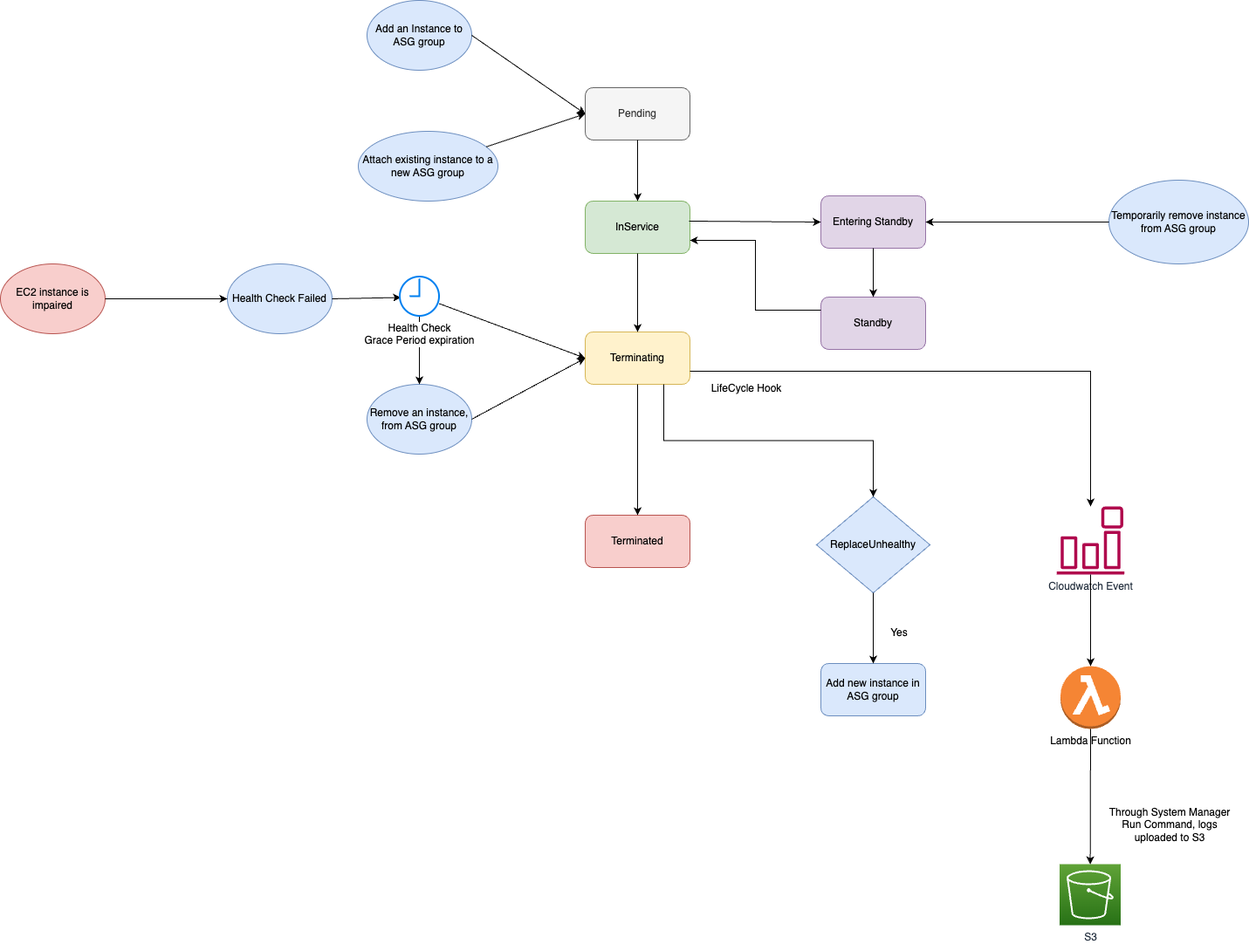
Earlier version of the draw.io export src/2_AWSComponents/3_ComputeServices/AmazonEC2/AutoScalingGroup/assets/ASG-Instance-LifeCycle.png (Anshul619/HLD-System-Designs). Source tidied: cells renumbered, new cells last; positions are measured from the earlier drawing's top-left corner, leaving out a move shared by most shapes. The source it was exported from:
```xml
<mxGraphModel>
  <root>
    <mxCell id="0" />
    <mxCell id="1" parent="0" />
    <mxCell id="2" value="Pending" style="rounded=1;whiteSpace=wrap;html=1;fillColor=#f5f5f5;strokeColor=#666666;fontColor=#333333;" parent="1" vertex="1">
      <mxGeometry x="670" y="100" width="120" height="60" as="geometry" />
    </mxCell>
    <mxCell id="3" value="InService" style="rounded=1;whiteSpace=wrap;html=1;fillColor=#d5e8d4;strokeColor=#82b366;" parent="1" vertex="1">
      <mxGeometry x="670" y="230" width="120" height="60" as="geometry" />
    </mxCell>
    <mxCell id="4" style="endArrow=classic;html=1;rounded=0;" parent="1" edge="1" source="2" target="3">
      <mxGeometry relative="1" as="geometry" />
    </mxCell>
    <mxCell id="5" value="Add an Instance to ASG group" style="ellipse;whiteSpace=wrap;html=1;fillColor=#dae8fc;strokeColor=#6c8ebf;" parent="1" vertex="1">
      <mxGeometry x="420" width="120" height="80" as="geometry" />
    </mxCell>
    <mxCell id="6" value="Attach existing instance to a new ASG group" style="ellipse;whiteSpace=wrap;html=1;fillColor=#dae8fc;strokeColor=#6c8ebf;" parent="1" vertex="1">
      <mxGeometry x="410" y="150" width="160" height="80" as="geometry" />
    </mxCell>
    <mxCell id="7" style="endArrow=classic;html=1;rounded=0;exitX=1;exitY=0.5;exitDx=0;exitDy=0;entryX=0;entryY=0.5;entryDx=0;entryDy=0;" parent="1" edge="1" source="5" target="2">
      <mxGeometry relative="1" as="geometry" />
    </mxCell>
    <mxCell id="8" style="endArrow=classic;html=1;rounded=0;entryX=0;entryY=0.5;entryDx=0;entryDy=0;" parent="1" edge="1" source="6" target="2">
      <mxGeometry relative="1" as="geometry" />
    </mxCell>
    <mxCell id="9" value="Health Check Failed" style="ellipse;whiteSpace=wrap;html=1;fillColor=#dae8fc;strokeColor=#6c8ebf;" parent="1" vertex="1">
      <mxGeometry x="260" y="302" width="120" height="80" as="geometry" />
    </mxCell>
    <mxCell id="10" value="Remove an instance, from ASG group" style="ellipse;whiteSpace=wrap;html=1;fillColor=#dae8fc;strokeColor=#6c8ebf;" parent="1" vertex="1">
      <mxGeometry x="420" y="440" width="120" height="80" as="geometry" />
    </mxCell>
    <mxCell id="11" value="Terminating" style="rounded=1;whiteSpace=wrap;html=1;fillColor=#fff2cc;strokeColor=#d6b656;" parent="1" vertex="1">
      <mxGeometry x="670" y="380" width="120" height="60" as="geometry" />
    </mxCell>
    <mxCell id="12" style="endArrow=classic;html=1;rounded=0;entryX=0;entryY=0.5;entryDx=0;entryDy=0;" parent="1" edge="1" source="26" target="11">
      <mxGeometry relative="1" as="geometry" />
    </mxCell>
    <mxCell id="13" style="endArrow=classic;html=1;rounded=0;exitX=1;exitY=0.5;exitDx=0;exitDy=0;entryX=0;entryY=0.5;entryDx=0;entryDy=0;" parent="1" edge="1" source="10" target="11">
      <mxGeometry relative="1" as="geometry" />
    </mxCell>
    <mxCell id="14" style="endArrow=classic;html=1;rounded=0;exitX=0.5;exitY=1;exitDx=0;exitDy=0;" parent="1" edge="1" source="3" target="11">
      <mxGeometry relative="1" as="geometry" />
    </mxCell>
    <mxCell id="15" value="Terminated" style="rounded=1;whiteSpace=wrap;html=1;fillColor=#f8cecc;strokeColor=#b85450;" parent="1" vertex="1">
      <mxGeometry x="670" y="590" width="120" height="60" as="geometry" />
    </mxCell>
    <mxCell id="16" style="endArrow=classic;html=1;rounded=0;exitX=0.5;exitY=1;exitDx=0;exitDy=0;entryX=0.5;entryY=0;entryDx=0;entryDy=0;" parent="1" edge="1" source="11" target="15">
      <mxGeometry relative="1" as="geometry" />
    </mxCell>
    <mxCell id="17" value="Entering Standby" style="rounded=1;whiteSpace=wrap;html=1;fillColor=#e1d5e7;strokeColor=#9673a6;" parent="1" vertex="1">
      <mxGeometry x="940" y="224" width="120" height="60" as="geometry" />
    </mxCell>
    <mxCell id="18" style="endArrow=classic;html=1;rounded=0;exitX=0.992;exitY=0.383;exitDx=0;exitDy=0;exitPerimeter=0;entryX=0;entryY=0.5;entryDx=0;entryDy=0;" parent="1" edge="1" source="3" target="17">
      <mxGeometry relative="1" as="geometry" />
    </mxCell>
    <mxCell id="19" value="Standby" style="rounded=1;whiteSpace=wrap;html=1;fillColor=#e1d5e7;strokeColor=#9673a6;" parent="1" vertex="1">
      <mxGeometry x="940" y="340" width="120" height="60" as="geometry" />
    </mxCell>
    <mxCell id="20" style="endArrow=classic;html=1;rounded=0;exitX=0;exitY=0.25;exitDx=0;exitDy=0;entryX=1;entryY=0.75;entryDx=0;entryDy=0;edgeStyle=orthogonalEdgeStyle;" parent="1" edge="1" source="19" target="3">
      <mxGeometry relative="1" as="geometry" />
    </mxCell>
    <mxCell id="21" style="endArrow=classic;html=1;rounded=0;exitX=0.5;exitY=1;exitDx=0;exitDy=0;" parent="1" edge="1" source="17" target="19">
      <mxGeometry relative="1" as="geometry" />
    </mxCell>
    <mxCell id="22" value="Temporarily remove instance from ASG group" style="ellipse;whiteSpace=wrap;html=1;fillColor=#dae8fc;strokeColor=#6c8ebf;" parent="1" vertex="1">
      <mxGeometry x="1270" y="206" width="160" height="96" as="geometry" />
    </mxCell>
    <mxCell id="23" style="endArrow=classic;html=1;rounded=0;exitX=0;exitY=0.5;exitDx=0;exitDy=0;" parent="1" edge="1" source="22" target="17">
      <mxGeometry relative="1" as="geometry" />
    </mxCell>
    <mxCell id="24" style="endArrow=classic;html=1;rounded=0;exitX=1;exitY=0.5;exitDx=0;exitDy=0;entryX=0.033;entryY=0.533;entryDx=0;entryDy=0;entryPerimeter=0;" parent="1" edge="1" source="9" target="26">
      <mxGeometry relative="1" as="geometry" />
    </mxCell>
    <mxCell id="25" style="edgeStyle=orthogonalEdgeStyle;rounded=0;jettySize=auto;html=1;" parent="1" edge="1" source="26" target="10">
      <mxGeometry relative="1" as="geometry" />
    </mxCell>
    <mxCell id="26" value="Health Check &lt;br&gt;Grace Period expiration" style="html=1;verticalLabelPosition=bottom;align=center;labelBackgroundColor=#ffffff;verticalAlign=top;strokeWidth=2;strokeColor=#0080F0;shadow=0;dashed=0;shape=mxgraph.ios7.icons.clock;" parent="1" vertex="1">
      <mxGeometry x="457.5" y="316.5" width="45" height="45" as="geometry" />
    </mxCell>
    <mxCell id="27" value="ReplaceUnhealthy" style="rhombus;whiteSpace=wrap;html=1;fillColor=#dae8fc;strokeColor=#6c8ebf;" parent="1" vertex="1">
      <mxGeometry x="935" y="569" width="130" height="110" as="geometry" />
    </mxCell>
    <mxCell id="28" style="endArrow=classic;html=1;rounded=0;exitX=0.75;exitY=1;exitDx=0;exitDy=0;entryX=0.5;entryY=0;entryDx=0;entryDy=0;edgeStyle=orthogonalEdgeStyle;" parent="1" edge="1" source="11" target="27">
      <mxGeometry relative="1" as="geometry" />
    </mxCell>
    <mxCell id="29" style="endArrow=classic;html=1;rounded=0;exitX=0.5;exitY=1;exitDx=0;exitDy=0;startArrow=none;" parent="1" edge="1" source="30">
      <mxGeometry relative="1" as="geometry">
        <mxPoint x="990" y="780" as="targetPoint" />
      </mxGeometry>
    </mxCell>
    <mxCell id="30" value="Add new instance in ASG group" style="rounded=1;whiteSpace=wrap;html=1;fillColor=#dae8fc;strokeColor=#6c8ebf;" parent="1" vertex="1">
      <mxGeometry x="940" y="760" width="120" height="60" as="geometry" />
    </mxCell>
    <mxCell id="31" value="Yes" style="text;html=1;strokeColor=none;fillColor=none;align=center;verticalAlign=middle;whiteSpace=wrap;rounded=0;" parent="1" vertex="1">
      <mxGeometry x="1000" y="710" width="60" height="30" as="geometry" />
    </mxCell>
    <mxCell id="32" style="endArrow=classic;html=1;rounded=0;exitX=0.5;exitY=1;exitDx=0;exitDy=0;entryX=0.5;entryY=0;entryDx=0;entryDy=0;" parent="1" edge="1" source="27" target="30">
      <mxGeometry relative="1" as="geometry" />
    </mxCell>
    <mxCell id="33" value="EC2 instance is impaired" style="ellipse;whiteSpace=wrap;html=1;fillColor=#f8cecc;strokeColor=#b85450;" parent="1" vertex="1">
      <mxGeometry y="302" width="120" height="80" as="geometry" />
    </mxCell>
    <mxCell id="34" style="endArrow=classic;html=1;rounded=0;entryX=0;entryY=0.5;entryDx=0;entryDy=0;" parent="1" edge="1" source="33" target="9">
      <mxGeometry relative="1" as="geometry" />
    </mxCell>
    <mxCell id="35" value="Cloudwatch Event" style="sketch=0;outlineConnect=0;fontColor=#232F3E;gradientColor=none;fillColor=#B0084D;strokeColor=none;dashed=0;verticalLabelPosition=bottom;verticalAlign=top;align=center;html=1;fontSize=12;fontStyle=0;shape=mxgraph.aws4.event_event_based;" parent="1" vertex="1">
      <mxGeometry x="1210" y="580" width="78" height="78" as="geometry" />
    </mxCell>
    <mxCell id="36" value="Lambda Function" style="outlineConnect=0;dashed=0;verticalLabelPosition=bottom;verticalAlign=top;align=center;html=1;shape=mxgraph.aws3.lambda_function;fillColor=#F58534;gradientColor=none;" parent="1" vertex="1">
      <mxGeometry x="1214.5" y="763" width="69" height="72" as="geometry" />
    </mxCell>
    <mxCell id="37" style="endArrow=classic;html=1;rounded=0;exitX=1;exitY=0.75;exitDx=0;exitDy=0;edgeStyle=orthogonalEdgeStyle;" parent="1" edge="1" source="11" target="35">
      <mxGeometry relative="1" as="geometry" />
    </mxCell>
    <mxCell id="38" style="endArrow=classic;html=1;rounded=0;" parent="1" edge="1" source="35" target="36">
      <mxGeometry relative="1" as="geometry" />
    </mxCell>
    <mxCell id="39" value="S3" style="sketch=0;points=[[0,0,0],[0.25,0,0],[0.5,0,0],[0.75,0,0],[1,0,0],[0,1,0],[0.25,1,0],[0.5,1,0],[0.75,1,0],[1,1,0],[0,0.25,0],[0,0.5,0],[0,0.75,0],[1,0.25,0],[1,0.5,0],[1,0.75,0]];outlineConnect=0;fontColor=#232F3E;gradientColor=#60A337;gradientDirection=north;fillColor=#277116;strokeColor=#ffffff;dashed=0;verticalLabelPosition=bottom;verticalAlign=top;align=center;html=1;fontSize=12;fontStyle=0;shape=mxgraph.aws4.resourceIcon;resIcon=mxgraph.aws4.s3;" parent="1" vertex="1">
      <mxGeometry x="1213.5" y="990" width="70" height="70" as="geometry" />
    </mxCell>
    <mxCell id="40" value="LifeCycle Hook" style="text;html=1;strokeColor=none;fillColor=none;align=center;verticalAlign=middle;whiteSpace=wrap;rounded=0;" parent="1" vertex="1">
      <mxGeometry x="810" y="430" width="90" height="30" as="geometry" />
    </mxCell>
    <mxCell id="41" style="endArrow=classic;html=1;rounded=0;exitX=0.5;exitY=1;exitDx=0;exitDy=0;exitPerimeter=0;" parent="1" edge="1" source="36" target="39">
      <mxGeometry relative="1" as="geometry" />
    </mxCell>
    <mxCell id="42" value="Through System Manager Run Command, logs uploaded to S3" style="text;html=1;strokeColor=none;fillColor=none;align=center;verticalAlign=middle;whiteSpace=wrap;rounded=0;" parent="1" vertex="1">
      <mxGeometry x="1260" y="930" width="160" height="30" as="geometry" />
    </mxCell>
  </root>
</mxGraphModel>
```
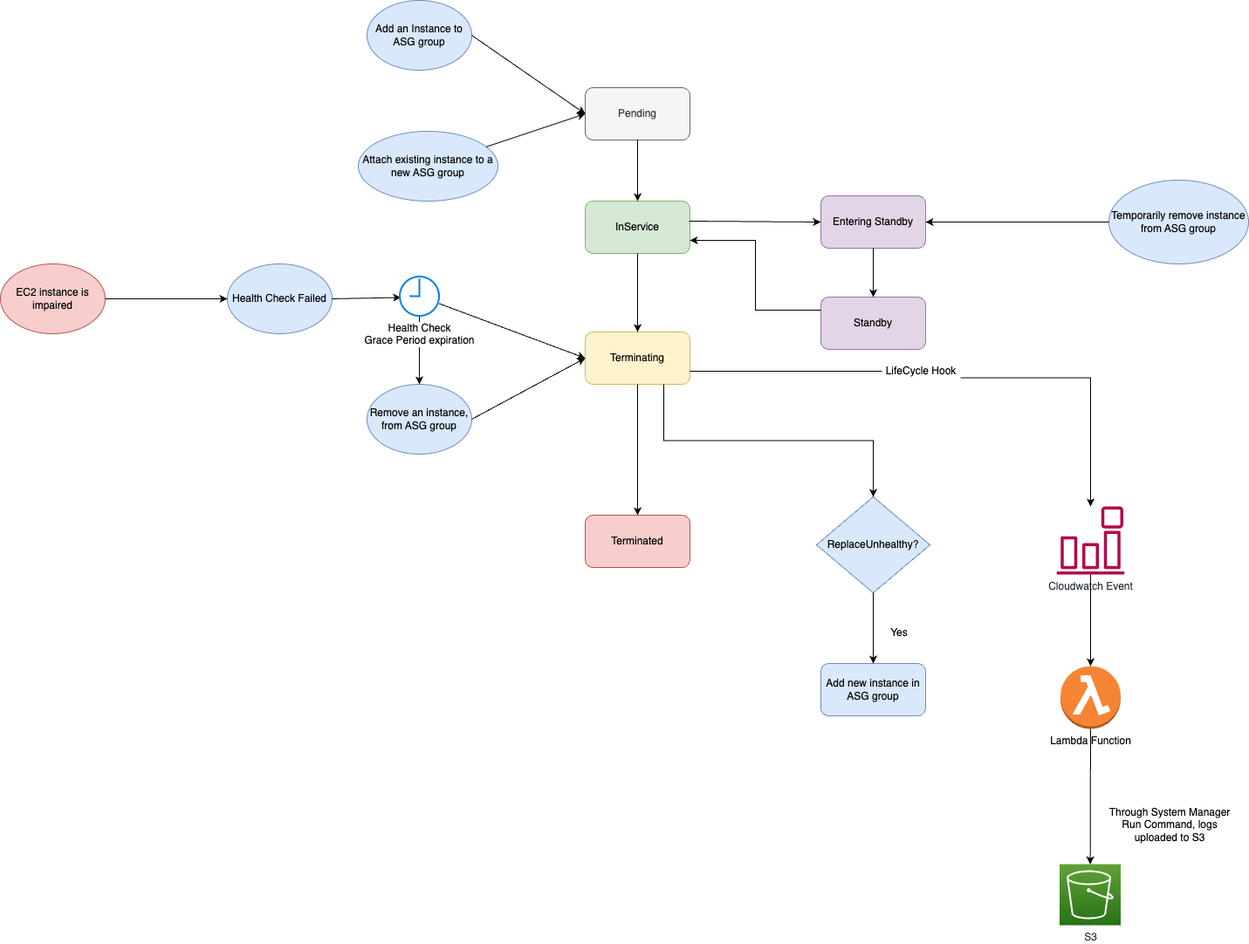
After the change.

What changed in the source:
```diff
@@ -77,7 +77,7 @@
     <mxCell id="26" value="Health Check &lt;br&gt;Grace Period expiration" style="html=1;verticalLabelPosition=bottom;align=center;labelBackgroundColor=#ffffff;verticalAlign=top;strokeWidth=2;strokeColor=#0080F0;shadow=0;dashed=0;shape=mxgraph.ios7.icons.clock;" parent="1" vertex="1">
       <mxGeometry x="457.5" y="316.5" width="45" height="45" as="geometry" />
     </mxCell>
-    <mxCell id="27" value="ReplaceUnhealthy" style="rhombus;whiteSpace=wrap;html=1;fillColor=#dae8fc;strokeColor=#6c8ebf;" parent="1" vertex="1">
+    <mxCell id="27" value="ReplaceUnhealthy?" style="rhombus;whiteSpace=wrap;html=1;fillColor=#dae8fc;strokeColor=#6c8ebf;" parent="1" vertex="1">
       <mxGeometry x="935" y="569" width="130" height="110" as="geometry" />
     </mxCell>
     <mxCell id="28" style="endArrow=classic;html=1;rounded=0;exitX=0.75;exitY=1;exitDx=0;exitDy=0;entryX=0.5;entryY=0;entryDx=0;entryDy=0;edgeStyle=orthogonalEdgeStyle;" parent="1" edge="1" source="11" target="27">
@@ -109,7 +109,7 @@
     <mxCell id="36" value="Lambda Function" style="outlineConnect=0;dashed=0;verticalLabelPosition=bottom;verticalAlign=top;align=center;html=1;shape=mxgraph.aws3.lambda_function;fillColor=#F58534;gradientColor=none;" parent="1" vertex="1">
       <mxGeometry x="1214.5" y="763" width="69" height="72" as="geometry" />
     </mxCell>
-    <mxCell id="37" style="endArrow=classic;html=1;rounded=0;exitX=1;exitY=0.75;exitDx=0;exitDy=0;edgeStyle=orthogonalEdgeStyle;" parent="1" edge="1" source="11" target="35">
+    <mxCell id="37" style="endArrow=classic;html=1;rounded=0;exitX=1;exitY=0.75;exitDx=0;exitDy=0;edgeStyle=orthogonalEdgeStyle;startArrow=none;" parent="1" edge="1" source="40" target="35">
       <mxGeometry relative="1" as="geometry" />
     </mxCell>
     <mxCell id="38" style="endArrow=classic;html=1;rounded=0;" parent="1" edge="1" source="35" target="36">
@@ -118,14 +118,17 @@
     <mxCell id="39" value="S3" style="sketch=0;points=[[0,0,0],[0.25,0,0],[0.5,0,0],[0.75,0,0],[1,0,0],[0,1,0],[0.25,1,0],[0.5,1,0],[0.75,1,0],[1,1,0],[0,0.25,0],[0,0.5,0],[0,0.75,0],[1,0.25,0],[1,0.5,0],[1,0.75,0]];outlineConnect=0;fontColor=#232F3E;gradientColor=#60A337;gradientDirection=north;fillColor=#277116;strokeColor=#ffffff;dashed=0;verticalLabelPosition=bottom;verticalAlign=top;align=center;html=1;fontSize=12;fontStyle=0;shape=mxgraph.aws4.resourceIcon;resIcon=mxgraph.aws4.s3;" parent="1" vertex="1">
       <mxGeometry x="1213.5" y="990" width="70" height="70" as="geometry" />
     </mxCell>
-    <mxCell id="40" value="LifeCycle Hook" style="text;html=1;strokeColor=none;fillColor=none;align=center;verticalAlign=middle;whiteSpace=wrap;rounded=0;" parent="1" vertex="1">
-      <mxGeometry x="810" y="430" width="90" height="30" as="geometry" />
-    </mxCell>
     <mxCell id="41" style="endArrow=classic;html=1;rounded=0;exitX=0.5;exitY=1;exitDx=0;exitDy=0;exitPerimeter=0;" parent="1" edge="1" source="36" target="39">
       <mxGeometry relative="1" as="geometry" />
     </mxCell>
     <mxCell id="42" value="Through System Manager Run Command, logs uploaded to S3" style="text;html=1;strokeColor=none;fillColor=none;align=center;verticalAlign=middle;whiteSpace=wrap;rounded=0;" parent="1" vertex="1">
       <mxGeometry x="1260" y="930" width="160" height="30" as="geometry" />
     </mxCell>
+    <mxCell id="43" style="endArrow=none;html=1;rounded=0;exitX=1;exitY=0.75;exitDx=0;exitDy=0;edgeStyle=orthogonalEdgeStyle;" parent="1" edge="1" source="11" target="40">
+      <mxGeometry relative="1" as="geometry" />
+    </mxCell>
+    <mxCell id="40" value="LifeCycle Hook" style="text;html=1;strokeColor=none;fillColor=none;align=center;verticalAlign=middle;whiteSpace=wrap;rounded=0;" parent="1" vertex="1">
+      <mxGeometry x="1010" y="410" width="90" height="30" as="geometry" />
+    </mxCell>
   </root>
 </mxGraphModel>
```
